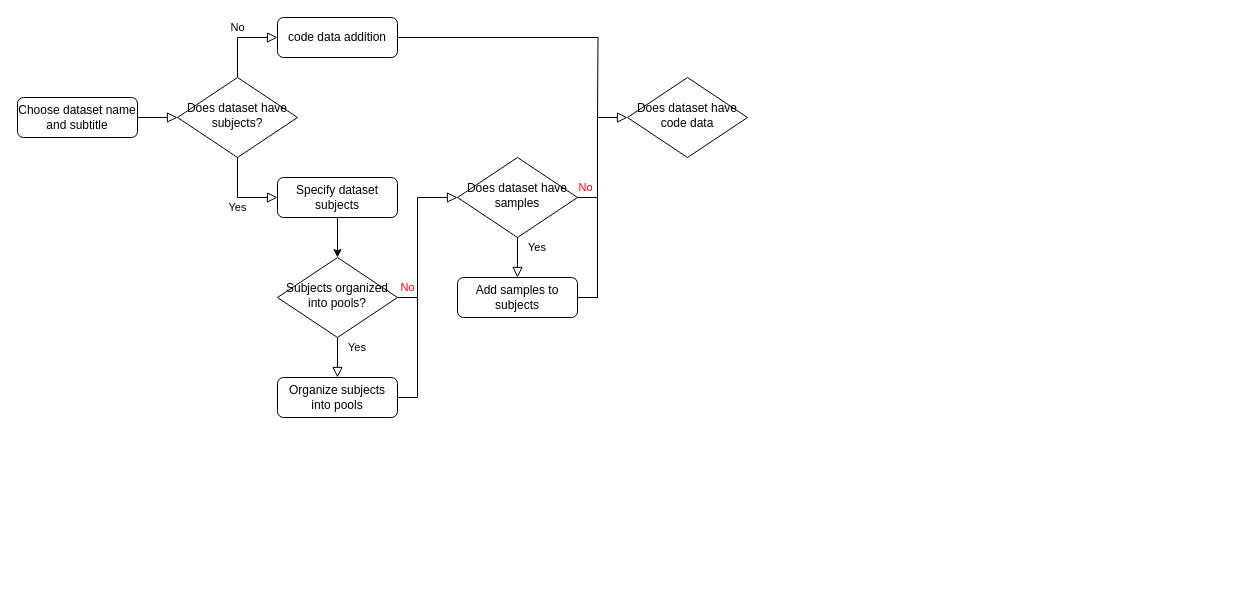
This is Untitled Diagram.drawio from JacobiClark/Guided-Mode-Flow-Chart, a draw.io file, before an edit. Source tidied: cells renumbered, new cells numbered last; positions are measured from the earlier drawing's top-left corner, leaving out a move shared by most shapes. Both pictures are drawn from the tidied source at 100%, with x=0, y=0 at pixel (17, 17).
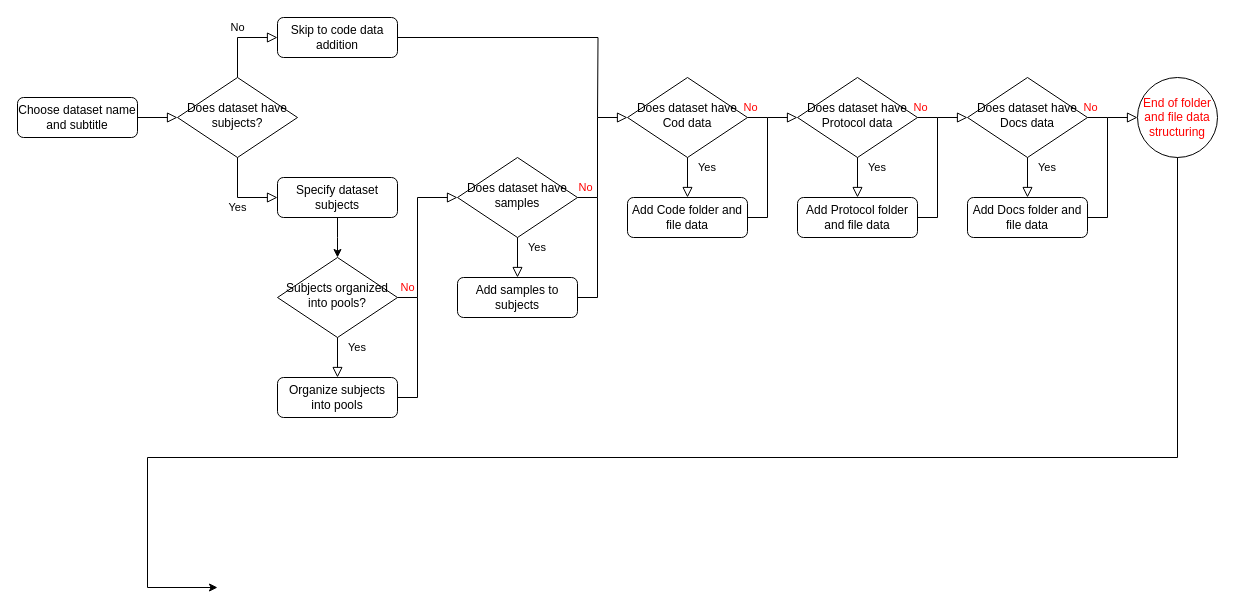
After the change.

Diff of the diagram source:
```diff
@@
-    <mxCell id="6" value="code data addition" style="rounded=1;whiteSpace=wrap;html=1;fontSize=12;glass=0;strokeWidth=1;shadow=0;" parent="1" vertex="1">
+    <mxCell id="6" value="Skip to code data addition" style="rounded=1;whiteSpace=wrap;html=1;fontSize=12;glass=0;strokeWidth=1;shadow=0;" parent="1" vertex="1">
       <mxGeometry x="260" width="120" height="40" as="geometry" />
     </mxCell>
@@
-    <mxCell id="13" value="Does dataset have code data" style="rhombus;whiteSpace=wrap;html=1;shadow=0;fontFamily=Helvetica;fontSize=12;align=center;strokeWidth=1;spacing=6;spacingTop=-4;" parent="1" vertex="1">
+    <mxCell id="13" value="Does dataset have Cod data" style="rhombus;whiteSpace=wrap;html=1;shadow=0;fontFamily=Helvetica;fontSize=12;align=center;strokeWidth=1;spacing=6;spacingTop=-4;" parent="1" vertex="1">
       <mxGeometry x="610" y="60" width="120" height="80" as="geometry" />
     </mxCell>
@@
+    <mxCell id="22" value="Add Code folder and file data" style="rounded=1;whiteSpace=wrap;html=1;fontSize=12;glass=0;strokeWidth=1;shadow=0;" parent="1" vertex="1">
+      <mxGeometry x="610" y="180" width="120" height="40" as="geometry" />
+    </mxCell>
+    <mxCell id="23" style="endArrow=none;html=1;rounded=0;exitX=1;exitY=0.5;exitDx=0;exitDy=0;edgeStyle=orthogonalEdgeStyle;" parent="1" edge="1" source="22">
+      <mxGeometry relative="1" as="geometry">
+        <mxPoint x="750" y="100" as="targetPoint" />
+        <Array as="points">
+          <mxPoint x="750" y="200" />
+          <mxPoint x="750" y="100" />
+        </Array>
+      </mxGeometry>
+    </mxCell>
+    <mxCell id="24" value="Yes" style="rounded=0;html=1;jettySize=auto;fontSize=11;endArrow=block;endFill=0;endSize=8;strokeWidth=1;shadow=0;labelBackgroundColor=none;exitX=0.5;exitY=1;exitDx=0;exitDy=0;entryX=0.5;entryY=0;entryDx=0;entryDy=0;align=right;" parent="1" edge="1" target="22">
+      <mxGeometry x="-0.49" y="30" relative="1" as="geometry">
+        <mxPoint x="670" y="140" as="sourcePoint" />
+      </mxGeometry>
+    </mxCell>
+    <mxCell id="25" value="No" style="edgeStyle=orthogonalEdgeStyle;rounded=0;html=1;jettySize=auto;orthogonalLoop=1;fontSize=11;endArrow=block;endFill=0;endSize=8;strokeWidth=1;shadow=0;labelBackgroundColor=none;exitX=1;exitY=0.5;exitDx=0;exitDy=0;fontColor=#FF0000;" parent="1" edge="1">
+      <mxGeometry x="-0.88" y="10" relative="1" as="geometry">
+        <mxPoint x="730" y="100" as="sourcePoint" />
+        <mxPoint x="780" y="100" as="targetPoint" />
+        <Array as="points">
+          <mxPoint x="750" y="100" />
+          <mxPoint x="750" y="100" />
+        </Array>
+      </mxGeometry>
+    </mxCell>
+    <mxCell id="26" value="Does dataset have Protocol data" style="rhombus;whiteSpace=wrap;html=1;shadow=0;fontFamily=Helvetica;fontSize=12;align=center;strokeWidth=1;spacing=6;spacingTop=-4;" parent="1" vertex="1">
+      <mxGeometry x="780" y="60" width="120" height="80" as="geometry" />
+    </mxCell>
+    <mxCell id="27" value="Add Protocol&amp;nbsp;folder and file data" style="rounded=1;whiteSpace=wrap;html=1;fontSize=12;glass=0;strokeWidth=1;shadow=0;" parent="1" vertex="1">
+      <mxGeometry x="780" y="180" width="120" height="40" as="geometry" />
+    </mxCell>
+    <mxCell id="28" style="endArrow=none;html=1;rounded=0;exitX=1;exitY=0.5;exitDx=0;exitDy=0;edgeStyle=orthogonalEdgeStyle;" parent="1" edge="1" source="27">
+      <mxGeometry relative="1" as="geometry">
+        <mxPoint x="920" y="100" as="targetPoint" />
+        <Array as="points">
+          <mxPoint x="920" y="200" />
+          <mxPoint x="920" y="100" />
+        </Array>
+      </mxGeometry>
+    </mxCell>
+    <mxCell id="29" value="Yes" style="rounded=0;html=1;jettySize=auto;fontSize=11;endArrow=block;endFill=0;endSize=8;strokeWidth=1;shadow=0;labelBackgroundColor=none;exitX=0.5;exitY=1;exitDx=0;exitDy=0;entryX=0.5;entryY=0;entryDx=0;entryDy=0;align=right;" parent="1" edge="1" target="27">
+      <mxGeometry x="-0.49" y="30" relative="1" as="geometry">
+        <mxPoint x="840" y="140" as="sourcePoint" />
+      </mxGeometry>
+    </mxCell>
+    <mxCell id="30" value="No" style="edgeStyle=orthogonalEdgeStyle;rounded=0;html=1;jettySize=auto;orthogonalLoop=1;fontSize=11;endArrow=block;endFill=0;endSize=8;strokeWidth=1;shadow=0;labelBackgroundColor=none;exitX=1;exitY=0.5;exitDx=0;exitDy=0;fontColor=#FF0000;" parent="1" edge="1">
+      <mxGeometry x="-0.88" y="10" relative="1" as="geometry">
+        <mxPoint x="900" y="100" as="sourcePoint" />
+        <mxPoint x="950" y="100" as="targetPoint" />
+        <Array as="points">
+          <mxPoint x="920" y="100" />
+          <mxPoint x="920" y="100" />
+        </Array>
+      </mxGeometry>
+    </mxCell>
+    <mxCell id="31" value="Does dataset have Docs data" style="rhombus;whiteSpace=wrap;html=1;shadow=0;fontFamily=Helvetica;fontSize=12;align=center;strokeWidth=1;spacing=6;spacingTop=-4;" parent="1" vertex="1">
+      <mxGeometry x="950" y="60" width="120" height="80" as="geometry" />
+    </mxCell>
+    <mxCell id="32" value="Add Docs&amp;nbsp;folder and file data" style="rounded=1;whiteSpace=wrap;html=1;fontSize=12;glass=0;strokeWidth=1;shadow=0;" parent="1" vertex="1">
+      <mxGeometry x="950" y="180" width="120" height="40" as="geometry" />
+    </mxCell>
+    <mxCell id="33" style="endArrow=none;html=1;rounded=0;exitX=1;exitY=0.5;exitDx=0;exitDy=0;edgeStyle=orthogonalEdgeStyle;" parent="1" edge="1" source="32">
+      <mxGeometry relative="1" as="geometry">
+        <mxPoint x="1090" y="100" as="targetPoint" />
+        <Array as="points">
+          <mxPoint x="1090" y="200" />
+          <mxPoint x="1090" y="100" />
+        </Array>
+      </mxGeometry>
+    </mxCell>
+    <mxCell id="34" value="Yes" style="rounded=0;html=1;jettySize=auto;fontSize=11;endArrow=block;endFill=0;endSize=8;strokeWidth=1;shadow=0;labelBackgroundColor=none;exitX=0.5;exitY=1;exitDx=0;exitDy=0;entryX=0.5;entryY=0;entryDx=0;entryDy=0;align=right;" parent="1" edge="1" target="32">
+      <mxGeometry x="-0.49" y="30" relative="1" as="geometry">
+        <mxPoint x="1010" y="140" as="sourcePoint" />
+      </mxGeometry>
+    </mxCell>
+    <mxCell id="35" value="No" style="edgeStyle=orthogonalEdgeStyle;rounded=0;html=1;jettySize=auto;orthogonalLoop=1;fontSize=11;endArrow=block;endFill=0;endSize=8;strokeWidth=1;shadow=0;labelBackgroundColor=none;exitX=1;exitY=0.5;exitDx=0;exitDy=0;fontColor=#FF0000;" parent="1" edge="1">
+      <mxGeometry x="-0.88" y="10" relative="1" as="geometry">
+        <mxPoint x="1070" y="100" as="sourcePoint" />
+        <mxPoint x="1120" y="100" as="targetPoint" />
+        <Array as="points">
+          <mxPoint x="1090" y="100" />
+          <mxPoint x="1090" y="100" />
+        </Array>
+      </mxGeometry>
+    </mxCell>
+    <mxCell id="36" value="End of folder and file data structuring" style="ellipse;whiteSpace=wrap;html=1;fontColor=#FF0000;" parent="1" vertex="1">
+      <mxGeometry x="1120" y="60" width="80" height="80" as="geometry" />
+    </mxCell>
+    <mxCell id="37" style="endArrow=classic;html=1;rounded=0;fontColor=#FF0000;exitX=0.5;exitY=1;exitDx=0;exitDy=0;edgeStyle=orthogonalEdgeStyle;" parent="1" edge="1" source="36">
+      <mxGeometry relative="1" as="geometry">
+        <mxPoint x="200" y="570" as="targetPoint" />
+        <Array as="points">
+          <mxPoint x="1160" y="440" />
+          <mxPoint x="130" y="440" />
+        </Array>
+      </mxGeometry>
+    </mxCell>
```
